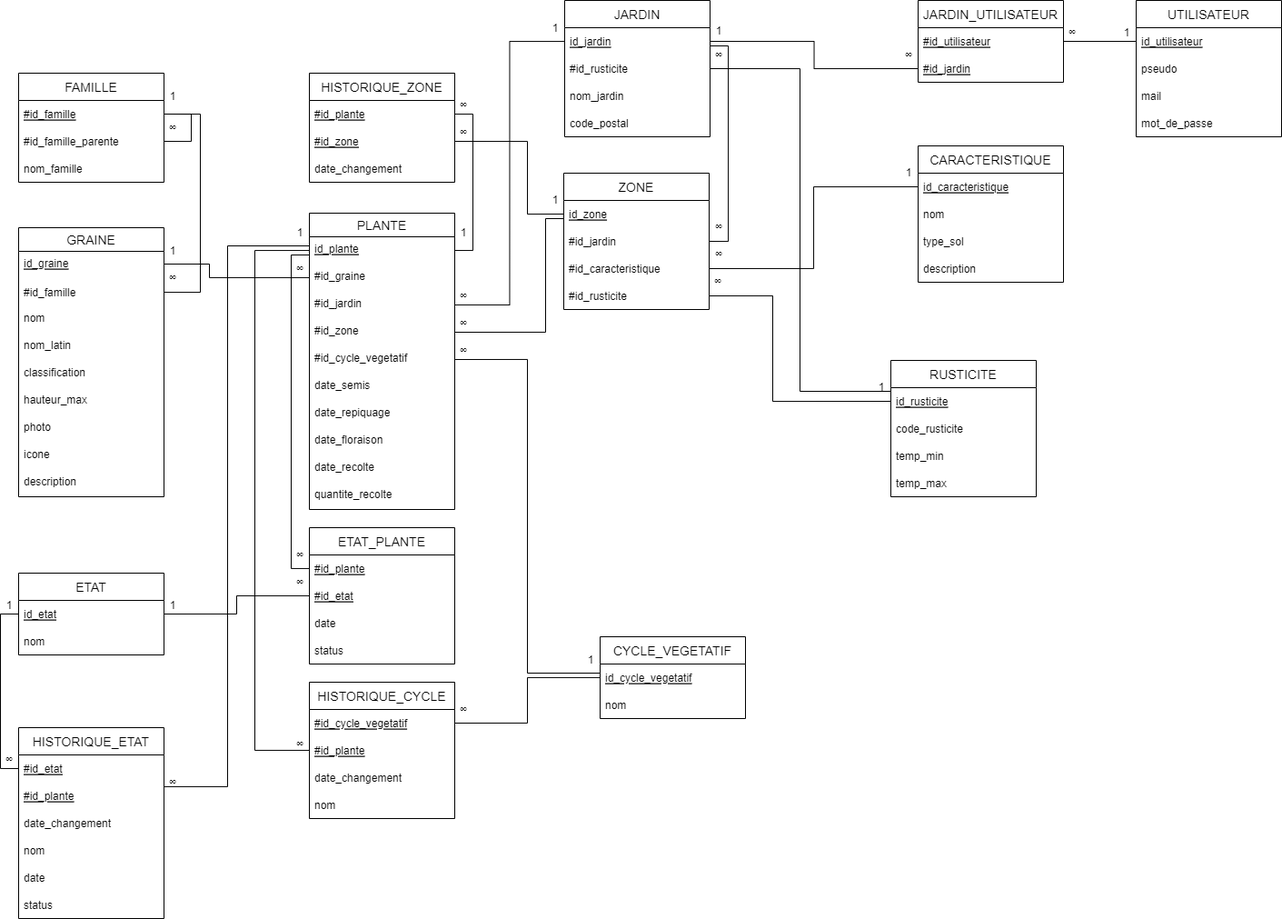
Earlier version of the draw.io export MLD.drawio.png (bigbossdusql/i-garden). Source tidied: cells renumbered, new cells last; positions are measured from the earlier drawing's top-left corner, leaving out a move shared by most shapes.
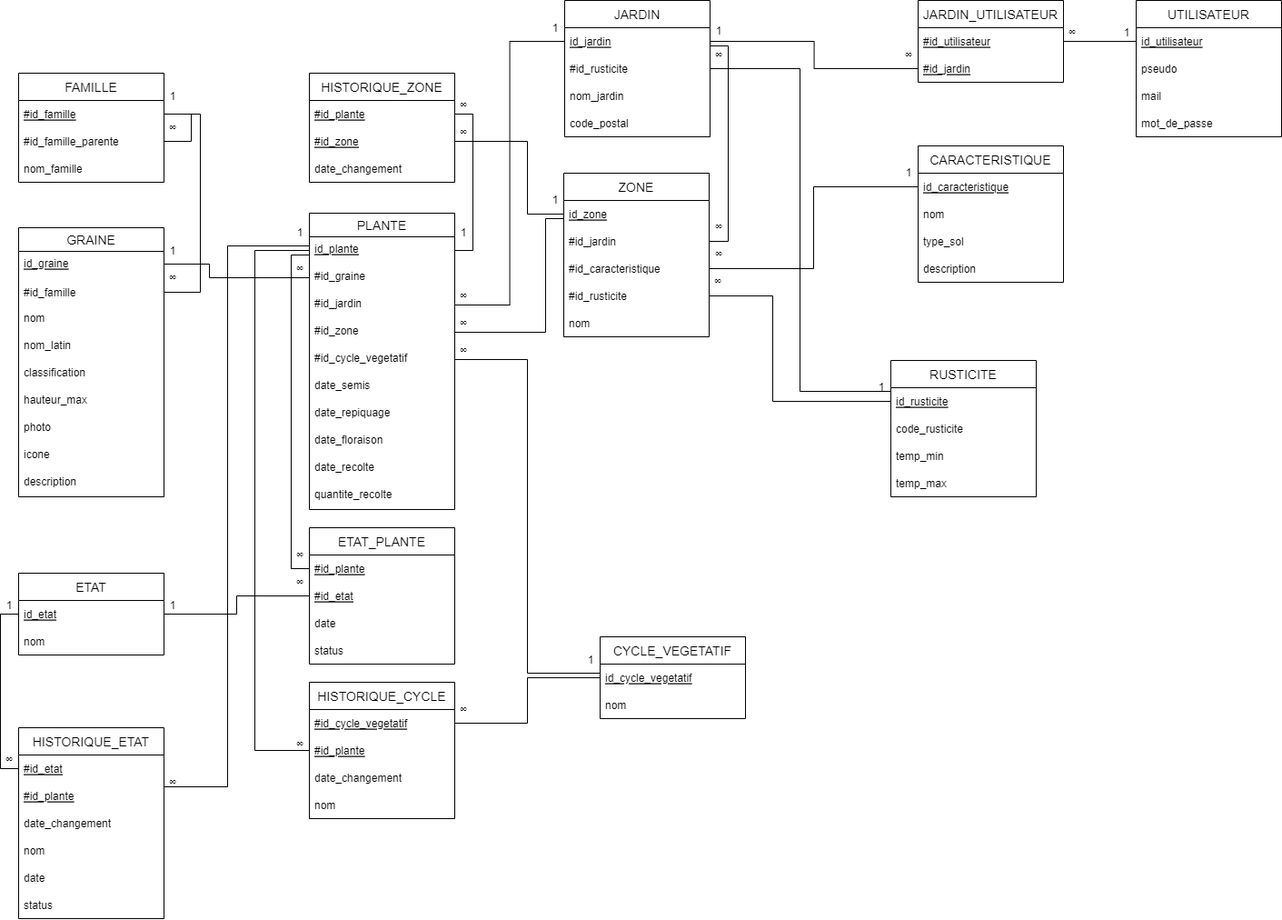
Later version of the same file.

The edit, as a diff of the source:
```diff
@@ -33,7 +33,7 @@
       <mxGeometry y="266" width="160" height="30" as="geometry" />
     </mxCell>
     <mxCell id="12" value="ZONE" style="swimlane;fontStyle=0;horizontal=1;startSize=30;fontFamily=Helvetica;fontSize=14;" parent="1" vertex="1">
-      <mxGeometry x="620" y="190" width="160" height="150" as="geometry" />
+      <mxGeometry x="620" y="190" width="160" height="180" as="geometry" />
     </mxCell>
     <mxCell id="13" value="id_zone" style="text;strokeColor=none;fillColor=none;align=left;verticalAlign=middle;spacingLeft=4;spacingRight=4;overflow=hidden;points=[[0,0.5],[1,0.5]];portConstraint=eastwest;fontFamily=Helvetica;fontStyle=4;" parent="12" vertex="1">
       <mxGeometry y="30" width="160" height="30" as="geometry" />
@@ -47,6 +47,9 @@
     <mxCell id="16" value="#id_rusticite" style="text;strokeColor=none;fillColor=none;align=left;verticalAlign=middle;spacingLeft=4;spacingRight=4;overflow=hidden;points=[[0,0.5],[1,0.5]];portConstraint=eastwest;fontFamily=Helvetica;fontStyle=0;" parent="12" vertex="1">
       <mxGeometry y="120" width="160" height="30" as="geometry" />
     </mxCell>
+    <mxCell id="138" value="nom" style="text;strokeColor=none;fillColor=none;align=left;verticalAlign=middle;spacingLeft=4;spacingRight=4;overflow=hidden;fontFamily=Helvetica;fontStyle=0;" parent="12" vertex="1">
+      <mxGeometry y="150" width="160" height="30" as="geometry" />
+    </mxCell>
     <mxCell id="17" value="UTILISATEUR" style="swimlane;fontStyle=0;horizontal=1;startSize=30;fontFamily=Helvetica;fontSize=14;" parent="1" vertex="1">
       <mxGeometry x="1250" width="160" height="150" as="geometry" />
     </mxCell>
```
